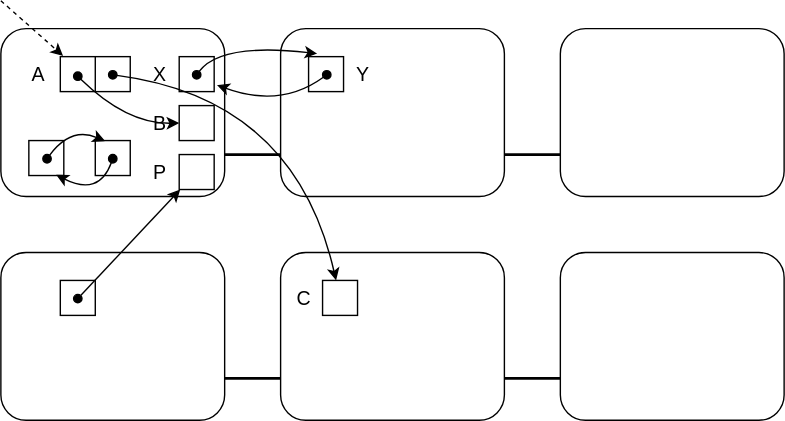
drop-stones/slides keeps this draw.io diagram as assets/img/lecture_materials/GarbageCollection/ch7/train-0.drawio.svg. Above is the earlier version. Source tidied: cells renumbered, new cells last; positions are measured from the earlier drawing's top-left corner, leaving out a move shared by most shapes.
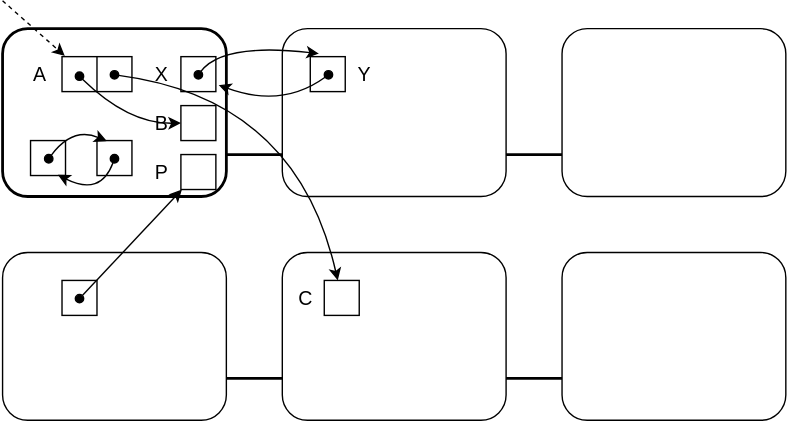
Above is the later version.

Change to the diagram source:
```diff
@@ -7,7 +7,7 @@
         <mxPoint x="200" y="110" as="targetPoint" />
       </mxGeometry>
     </mxCell>
-    <mxCell id="3" style="rounded=1;whiteSpace=wrap;html=1;fillColor=none;" parent="1" vertex="1">
+    <mxCell id="3" style="rounded=1;whiteSpace=wrap;html=1;fillColor=none;strokeWidth=2;" parent="1" vertex="1">
       <mxGeometry y="20" width="160" height="120" as="geometry" />
     </mxCell>
     <mxCell id="4" style="shape=table;startSize=0;fillColor=none;" parent="1" vertex="1">
```
